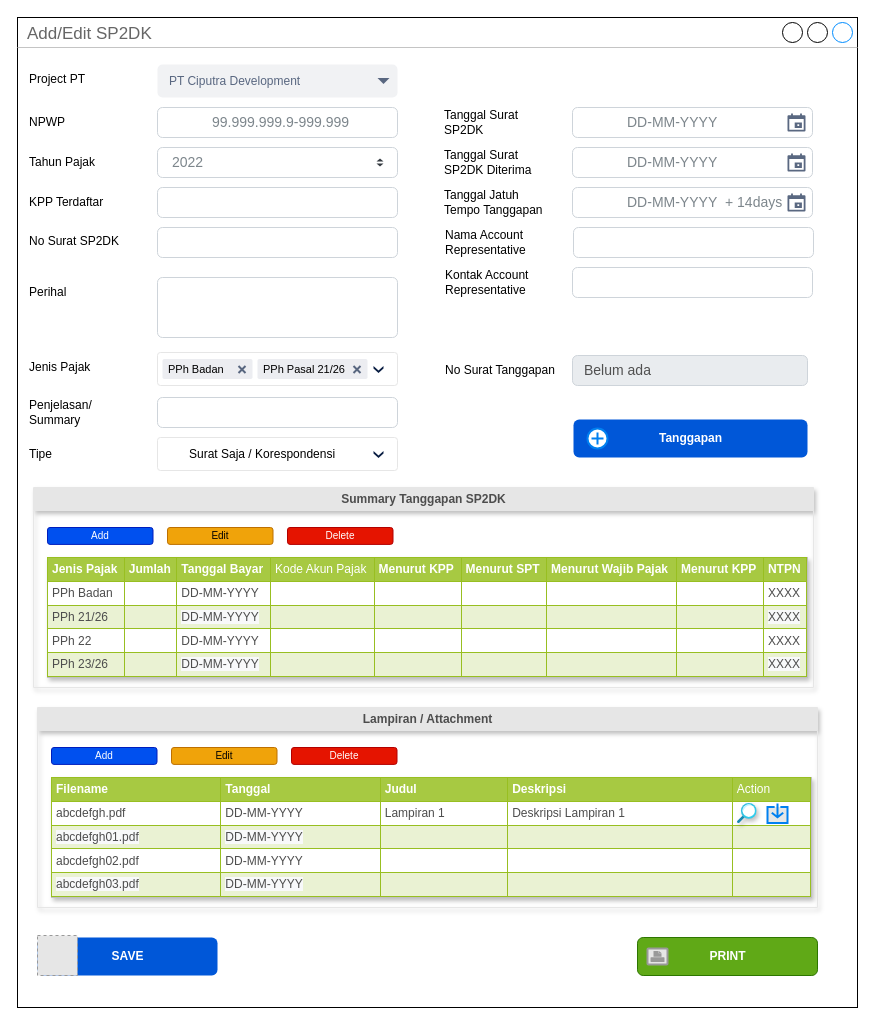
The draw.io diagram page "1.0 SP2DK_addnew" (4 of 21) of TAMS.drawio in prasetyodavid/TAMS, before the edit. Source tidied: cells renumbered, new cells numbered last; positions are measured from the earlier drawing's top-left corner, leaving out a move shared by most shapes. Both pictures are drawn from the tidied source at 100%, with x=0, y=0 at pixel (17, 17). Pictures stored in the file or linked from it are replaced by grey dashed boxes.
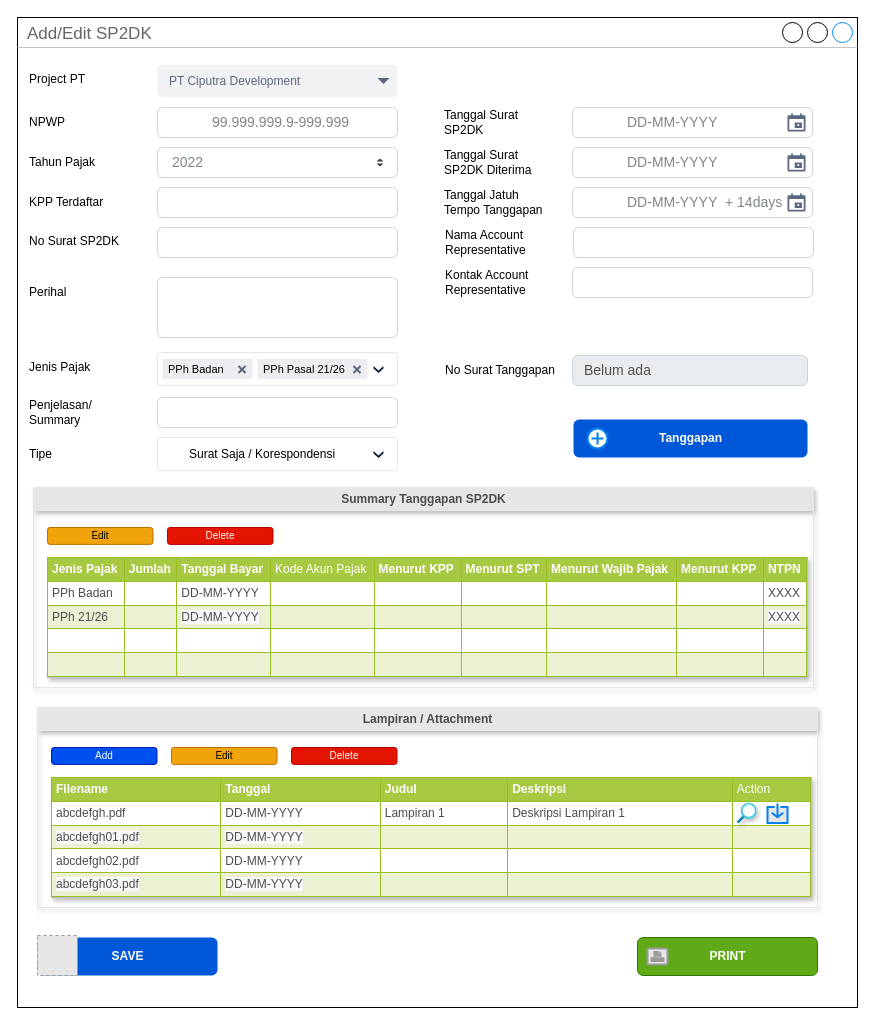
The same diagram, later.

The change refers to these unchanged cells:
```xml
<mxCell id="47" style="group;" parent="1" vertex="1">
  <mxGeometry x="16" y="470" width="780" height="200" as="geometry" />
</mxCell>
<mxCell id="48" value="&lt;font color=&quot;#4d4d4d&quot;&gt;Summary Tanggapan SP2DK&lt;/font&gt;" style="swimlane;shadow=1;fontColor=#C7C7C7;strokeColor=#E6E6E6;strokeWidth=1;fillColor=#E6E6E6;html=1;" parent="47" vertex="1">
  <mxGeometry width="780" height="200" as="geometry" />
</mxCell>
```

The edit, as a diff of the source:
```diff
@@
-    <mxCell id="49" value="Add" style="rounded=1;html=1;shadow=0;dashed=0;whiteSpace=wrap;fontSize=10;fillColor=#0050ef;align=center;strokeColor=#001DBC;fontColor=#ffffff;" parent="48" vertex="1">
-      <mxGeometry x="14" y="40" width="105.5" height="16.9" as="geometry" />
-    </mxCell>
     <mxCell id="50" value="Edit" style="rounded=1;html=1;shadow=0;dashed=0;whiteSpace=wrap;fontSize=10;fillColor=#f0a30a;align=center;strokeColor=#BD7000;fontColor=#000000;" parent="48" vertex="1">
-      <mxGeometry x="134" y="40" width="105.5" height="16.9" as="geometry" />
+      <mxGeometry x="14" y="40" width="105.5" height="16.9" as="geometry" />
     </mxCell>
     <mxCell id="51" value="Delete" style="rounded=1;html=1;shadow=0;dashed=0;whiteSpace=wrap;fontSize=10;fillColor=#e51400;align=center;strokeColor=#B20000;fontColor=#ffffff;" parent="48" vertex="1">
-      <mxGeometry x="254" y="40" width="105.5" height="16.9" as="geometry" />
+      <mxGeometry x="134" y="40" width="105.5" height="16.9" as="geometry" />
     </mxCell>
-    <mxCell id="52" value="&lt;table border=&quot;1&quot; width=&quot;100%&quot; height=&quot;100%&quot; cellpadding=&quot;4&quot; style=&quot;width:100%;height:100%;border-collapse:collapse;&quot;&gt;&lt;tbody&gt;&lt;tr style=&quot;background-color:#A7C942;color:#ffffff;border:1px solid #98bf21;&quot;&gt;&lt;th align=&quot;left&quot;&gt;Jenis Pajak&lt;/th&gt;&lt;td&gt;&lt;b&gt;Jumlah&lt;/b&gt;&lt;/td&gt;&lt;th align=&quot;left&quot;&gt;Tanggal Bayar&lt;/th&gt;&lt;td&gt;Kode Akun Pajak&lt;/td&gt;&lt;td&gt;&lt;b&gt;Menurut KPP&lt;/b&gt;&lt;/td&gt;&lt;td&gt;&lt;b&gt;Menurut SPT&lt;/b&gt;&lt;br&gt;&lt;/td&gt;&lt;td&gt;&lt;b&gt;Menurut Wajib Pajak&lt;/b&gt;&lt;/td&gt;&lt;td&gt;&lt;b&gt;Menurut KPP&lt;/b&gt;&lt;br&gt;&lt;/td&gt;&lt;th align=&quot;left&quot;&gt;NTPN&lt;/th&gt;&lt;/tr&gt;&lt;tr style=&quot;border:1px solid #98bf21;&quot;&gt;&lt;td&gt;PPh Badan&lt;/td&gt;&lt;td&gt;&lt;br&gt;&lt;/td&gt;&lt;td&gt;DD-MM-YYYY&lt;/td&gt;&lt;td&gt;&lt;br&gt;&lt;/td&gt;&lt;td&gt;&lt;br&gt;&lt;/td&gt;&lt;td&gt;&lt;br&gt;&lt;/td&gt;&lt;td&gt;&lt;br&gt;&lt;/td&gt;&lt;td&gt;&lt;br&gt;&lt;/td&gt;&lt;td&gt;XXXX&lt;/td&gt;&lt;/tr&gt;&lt;tr style=&quot;background-color:#EAF2D3;border:1px solid #98bf21;&quot;&gt;&lt;td&gt;PPh 21/26&lt;/td&gt;&lt;td&gt;&lt;br&gt;&lt;/td&gt;&lt;td&gt;&lt;span style=&quot;background-color: rgb(248, 249, 250);&quot;&gt;DD-MM-YYYY&lt;/span&gt;&lt;br&gt;&lt;/td&gt;&lt;td&gt;&lt;br&gt;&lt;/td&gt;&lt;td&gt;&lt;br&gt;&lt;/td&gt;&lt;td&gt;&lt;br&gt;&lt;/td&gt;&lt;td&gt;&lt;br&gt;&lt;/td&gt;&lt;td&gt;&lt;br&gt;&lt;/td&gt;&lt;td&gt;&lt;span style=&quot;background-color: rgb(248, 249, 250);&quot;&gt;XXXX&lt;/span&gt;&lt;br&gt;&lt;/td&gt;&lt;/tr&gt;&lt;tr style=&quot;border:1px solid #98bf21;&quot;&gt;&lt;td&gt;PPh 22&lt;/td&gt;&lt;td&gt;&lt;br&gt;&lt;/td&gt;&lt;td&gt;DD-MM-YYYY&lt;br&gt;&lt;/td&gt;&lt;td&gt;&lt;br&gt;&lt;/td&gt;&lt;td&gt;&lt;br&gt;&lt;/td&gt;&lt;td&gt;&lt;br&gt;&lt;/td&gt;&lt;td&gt;&lt;br&gt;&lt;/td&gt;&lt;td&gt;&lt;br&gt;&lt;/td&gt;&lt;td&gt;XXXX&lt;br&gt;&lt;/td&gt;&lt;/tr&gt;&lt;tr style=&quot;background-color:#EAF2D3;border:1px solid #98bf21;&quot;&gt;&lt;td&gt;PPh 23/26&lt;/td&gt;&lt;td&gt;&lt;br&gt;&lt;/td&gt;&lt;td&gt;&lt;span style=&quot;background-color: rgb(248, 249, 250);&quot;&gt;DD-MM-YYYY&lt;/span&gt;&lt;br&gt;&lt;/td&gt;&lt;td&gt;&lt;br&gt;&lt;/td&gt;&lt;td&gt;&lt;br&gt;&lt;/td&gt;&lt;td&gt;&lt;br&gt;&lt;/td&gt;&lt;td&gt;&lt;br&gt;&lt;/td&gt;&lt;td&gt;&lt;br&gt;&lt;/td&gt;&lt;td&gt;&lt;span style=&quot;background-color: rgb(248, 249, 250);&quot;&gt;XXXX&lt;/span&gt;&lt;br&gt;&lt;/td&gt;&lt;/tr&gt;&lt;/tbody&gt;&lt;/table&gt;" style="text;html=1;strokeColor=#c0c0c0;fillColor=#ffffff;overflow=fill;rounded=0;shadow=1;fontColor=#4D4D4D;" parent="47" vertex="1">
+    <mxCell id="52" value="&lt;table border=&quot;1&quot; width=&quot;100%&quot; height=&quot;100%&quot; cellpadding=&quot;4&quot; style=&quot;width:100%;height:100%;border-collapse:collapse;&quot;&gt;&lt;tbody&gt;&lt;tr style=&quot;background-color:#A7C942;color:#ffffff;border:1px solid #98bf21;&quot;&gt;&lt;th align=&quot;left&quot;&gt;Jenis Pajak&lt;/th&gt;&lt;td&gt;&lt;b&gt;Jumlah&lt;/b&gt;&lt;/td&gt;&lt;th align=&quot;left&quot;&gt;Tanggal Bayar&lt;/th&gt;&lt;td&gt;Kode Akun Pajak&lt;/td&gt;&lt;td&gt;&lt;b&gt;Menurut KPP&lt;/b&gt;&lt;/td&gt;&lt;td&gt;&lt;b&gt;Menurut SPT&lt;/b&gt;&lt;br&gt;&lt;/td&gt;&lt;td&gt;&lt;b&gt;Menurut Wajib Pajak&lt;/b&gt;&lt;/td&gt;&lt;td&gt;&lt;b&gt;Menurut KPP&lt;/b&gt;&lt;br&gt;&lt;/td&gt;&lt;th align=&quot;left&quot;&gt;NTPN&lt;/th&gt;&lt;/tr&gt;&lt;tr style=&quot;border:1px solid #98bf21;&quot;&gt;&lt;td&gt;PPh Badan&lt;/td&gt;&lt;td&gt;&lt;br&gt;&lt;/td&gt;&lt;td&gt;DD-MM-YYYY&lt;/td&gt;&lt;td&gt;&lt;br&gt;&lt;/td&gt;&lt;td&gt;&lt;br&gt;&lt;/td&gt;&lt;td&gt;&lt;br&gt;&lt;/td&gt;&lt;td&gt;&lt;br&gt;&lt;/td&gt;&lt;td&gt;&lt;br&gt;&lt;/td&gt;&lt;td&gt;XXXX&lt;/td&gt;&lt;/tr&gt;&lt;tr style=&quot;background-color:#EAF2D3;border:1px solid #98bf21;&quot;&gt;&lt;td&gt;PPh 21/26&lt;/td&gt;&lt;td&gt;&lt;br&gt;&lt;/td&gt;&lt;td&gt;&lt;span style=&quot;background-color: rgb(248, 249, 250);&quot;&gt;DD-MM-YYYY&lt;/span&gt;&lt;br&gt;&lt;/td&gt;&lt;td&gt;&lt;br&gt;&lt;/td&gt;&lt;td&gt;&lt;br&gt;&lt;/td&gt;&lt;td&gt;&lt;br&gt;&lt;/td&gt;&lt;td&gt;&lt;br&gt;&lt;/td&gt;&lt;td&gt;&lt;br&gt;&lt;/td&gt;&lt;td&gt;&lt;span style=&quot;background-color: rgb(248, 249, 250);&quot;&gt;XXXX&lt;/span&gt;&lt;br&gt;&lt;/td&gt;&lt;/tr&gt;&lt;tr style=&quot;border:1px solid #98bf21;&quot;&gt;&lt;td&gt;&lt;br&gt;&lt;/td&gt;&lt;td&gt;&lt;br&gt;&lt;/td&gt;&lt;td&gt;&lt;br&gt;&lt;/td&gt;&lt;td&gt;&lt;br&gt;&lt;/td&gt;&lt;td&gt;&lt;br&gt;&lt;/td&gt;&lt;td&gt;&lt;br&gt;&lt;/td&gt;&lt;td&gt;&lt;br&gt;&lt;/td&gt;&lt;td&gt;&lt;br&gt;&lt;/td&gt;&lt;td&gt;&lt;br&gt;&lt;/td&gt;&lt;/tr&gt;&lt;tr style=&quot;background-color:#EAF2D3;border:1px solid #98bf21;&quot;&gt;&lt;td&gt;&lt;br&gt;&lt;/td&gt;&lt;td&gt;&lt;br&gt;&lt;/td&gt;&lt;td&gt;&lt;br&gt;&lt;/td&gt;&lt;td&gt;&lt;br&gt;&lt;/td&gt;&lt;td&gt;&lt;br&gt;&lt;/td&gt;&lt;td&gt;&lt;br&gt;&lt;/td&gt;&lt;td&gt;&lt;br&gt;&lt;/td&gt;&lt;td&gt;&lt;br&gt;&lt;/td&gt;&lt;td&gt;&lt;br&gt;&lt;/td&gt;&lt;/tr&gt;&lt;/tbody&gt;&lt;/table&gt;" style="text;html=1;strokeColor=#c0c0c0;fillColor=#ffffff;overflow=fill;rounded=0;shadow=1;fontColor=#4D4D4D;" parent="47" vertex="1">
       <mxGeometry x="14" y="70" width="760" height="120" as="geometry" />
     </mxCell>
```
